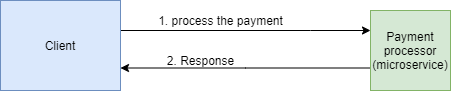
bhattharishbvp/kafka keeps this draw.io diagram as payment_processor_microservice.png. Above is the earlier version. Source tidied: cells renumbered, new cells last; positions are measured from the earlier drawing's top-left corner, leaving out a move shared by most shapes.
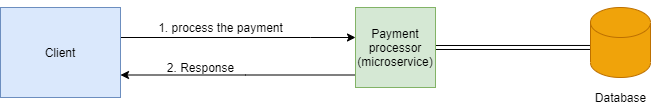
After the commit.

Change to the diagram source:
```diff
@@ -20,8 +20,11 @@
         </Array>
       </mxGeometry>
     </mxCell>
+    <mxCell id="8" style="edgeStyle=none;shape=link;rounded=0;jettySize=auto;html=1;exitX=1;exitY=0.5;exitDx=0;exitDy=0;entryX=0;entryY=0.571;entryDx=0;entryDy=0;entryPerimeter=0;" parent="1" edge="1" source="5" target="10">
+      <mxGeometry relative="1" as="geometry" />
+    </mxCell>
     <mxCell id="5" value="Payment processor (microservice)" style="whiteSpace=wrap;html=1;fillColor=#d5e8d4;strokeColor=#82b366;" parent="1" vertex="1">
-      <mxGeometry x="370" y="10" width="80" height="80" as="geometry" />
+      <mxGeometry x="355" width="80" height="80" as="geometry" />
     </mxCell>
     <mxCell id="6" value="1. process the payment" style="text;html=1;align=center;verticalAlign=middle;" parent="1" vertex="1">
       <mxGeometry x="150" y="10" width="140" height="20" as="geometry" />
@@ -29,5 +32,16 @@
     <mxCell id="7" value="2. Response" style="text;html=1;align=center;verticalAlign=middle;" parent="1" vertex="1">
       <mxGeometry x="160" y="50" width="80" height="20" as="geometry" />
     </mxCell>
+    <mxCell id="9" style="edgeStyle=none;rounded=0;jettySize=auto;html=1;exitX=0.5;exitY=0;exitDx=0;exitDy=0;exitPerimeter=0;" parent="1" edge="1" source="10">
+      <mxGeometry relative="1" as="geometry">
+        <mxPoint x="620" as="targetPoint" />
+      </mxGeometry>
+    </mxCell>
+    <mxCell id="10" style="shape=cylinder3;whiteSpace=wrap;html=1;boundedLbl=1;backgroundOutline=1;size=15;fillColor=#f0a30a;strokeColor=#BD7000;fontColor=#ffffff;" parent="1" vertex="1">
+      <mxGeometry x="590" width="60" height="70" as="geometry" />
+    </mxCell>
+    <mxCell id="11" value="Database" style="text;html=1;align=center;verticalAlign=middle;" parent="1" vertex="1">
+      <mxGeometry x="585" y="80" width="70" height="20" as="geometry" />
+    </mxCell>
   </root>
 </mxGraphModel>
```
